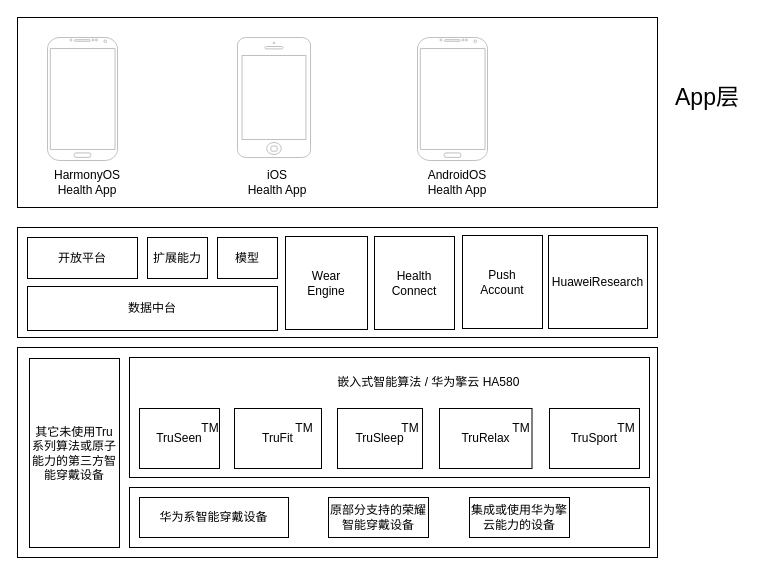
This is 运动健康全景架构图.drawio from HuaHero/interview, a draw.io file, before an edit. Source tidied: cells renumbered, new cells numbered last; positions are measured from the earlier drawing's top-left corner, leaving out a move shared by most shapes. Both pictures are drawn from the tidied source at 100%, with x=0, y=0 at pixel (17, 17).
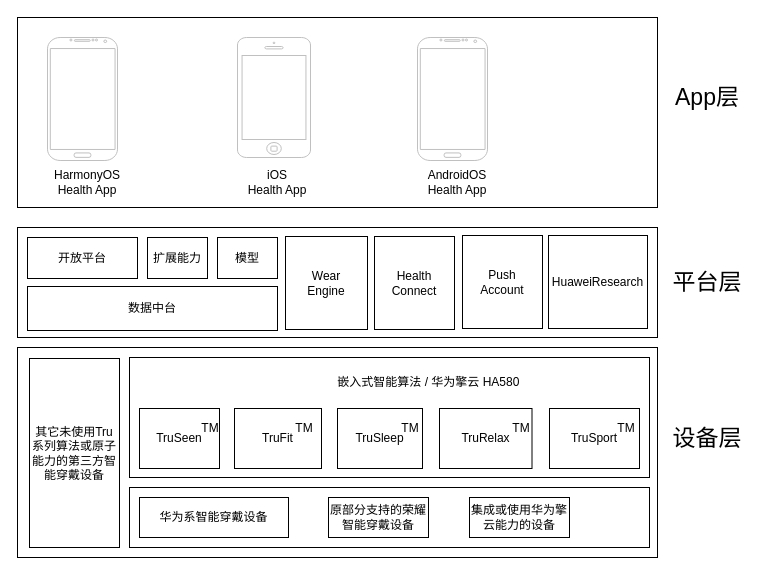
The same diagram, later.

Commit message:
更新运动健康全景架构图.drawio

Diff of the diagram source:
```diff
@@
+    <mxCell id="37" value="平台层" style="text;html=1;strokeColor=none;fillColor=none;align=center;verticalAlign=middle;whiteSpace=wrap;rounded=0;fontSize=23;" parent="1" vertex="1">
+      <mxGeometry x="650" y="249.5" width="80" height="30" as="geometry" />
+    </mxCell>
+    <mxCell id="38" value="设备层" style="text;html=1;strokeColor=none;fillColor=none;align=center;verticalAlign=middle;whiteSpace=wrap;rounded=0;fontSize=23;" parent="1" vertex="1">
+      <mxGeometry x="650" y="406" width="80" height="30" as="geometry" />
+    </mxCell>
```
